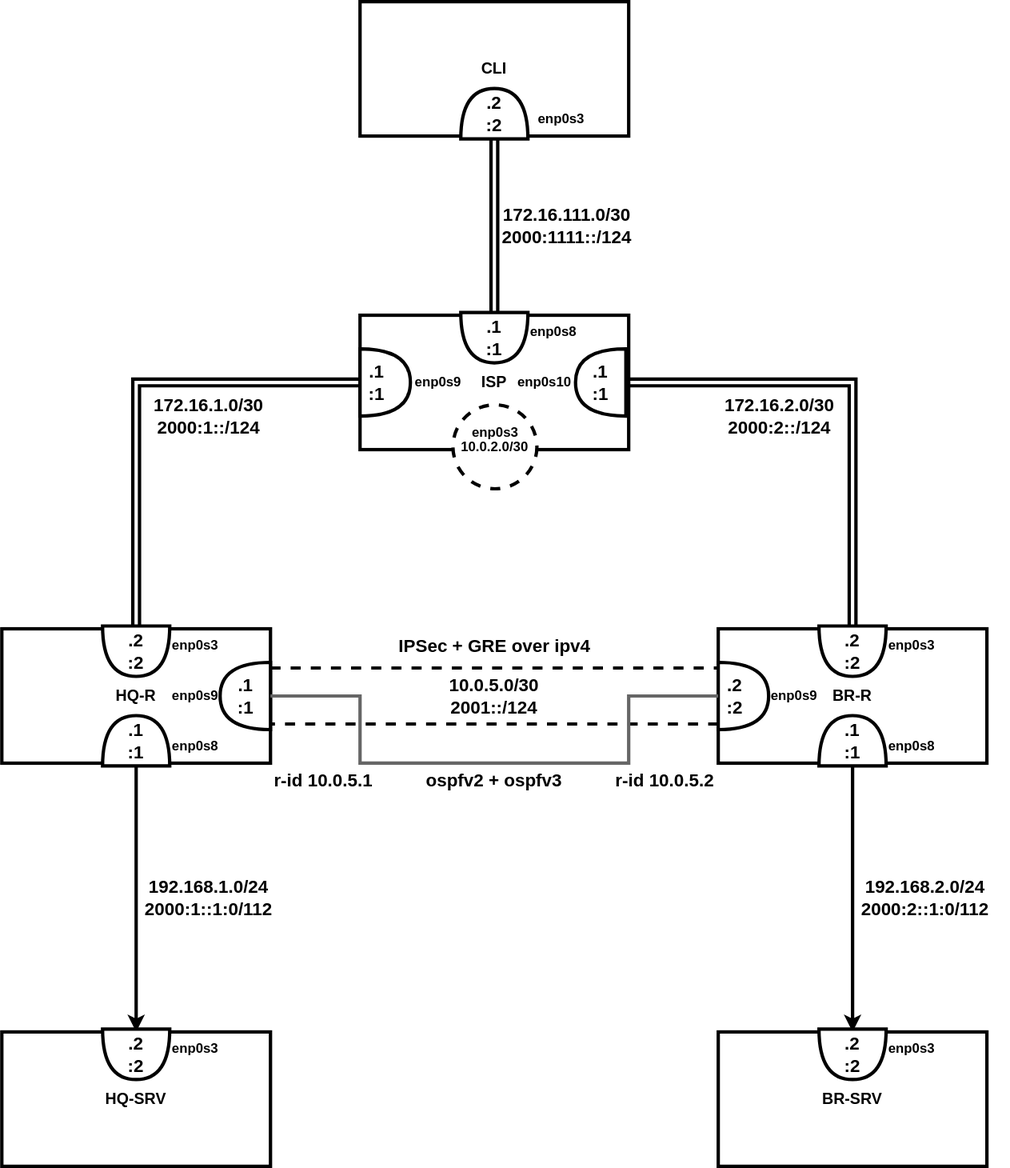
The draw.io diagram demo.svg in Ivashkka/demo_exam, before a commit. Source tidied: cells renumbered, new cells last; positions are measured from the earlier drawing's top-left corner, leaving out a move shared by most shapes.
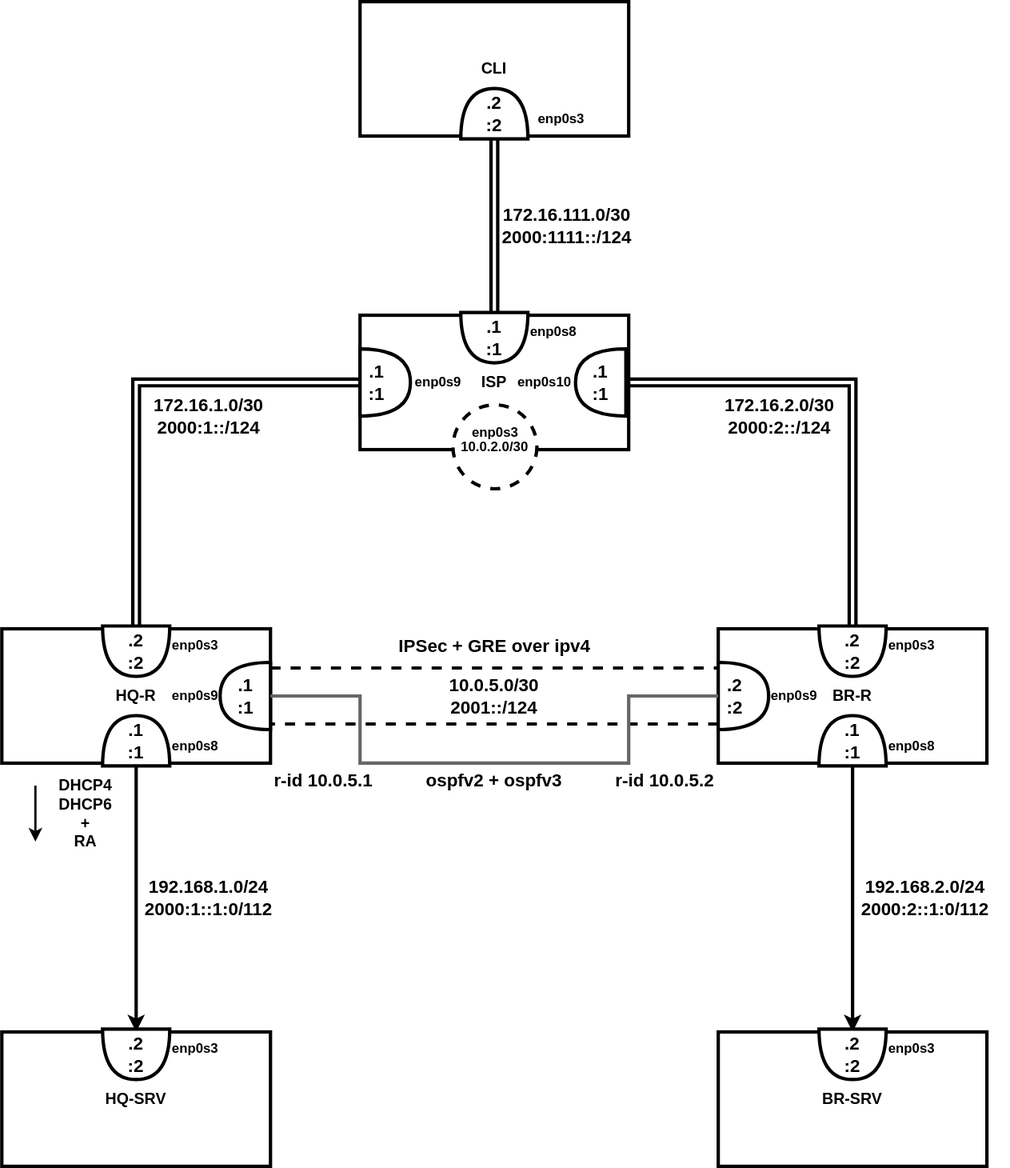
After the change.

The edit, as a diff of the source:
```diff
@@ -201,5 +201,14 @@
     <mxCell id="62" value="&lt;font style=&quot;font-size: 16px;&quot;&gt;&lt;b&gt;r-id 10.0.5.2&lt;/b&gt;&lt;/font&gt;" style="text;html=1;strokeColor=none;fillColor=none;align=center;verticalAlign=middle;whiteSpace=wrap;rounded=0;" parent="1" vertex="1">
       <mxGeometry x="545" y="680" width="95" height="30" as="geometry" />
     </mxCell>
+    <mxCell id="63" value="&lt;b style=&quot;font-size: 14px;&quot;&gt;&lt;span style=&quot;&quot;&gt;DHCP4&lt;br&gt;DHCP6&lt;br&gt;&lt;/span&gt;+&lt;br&gt;RA&lt;/b&gt;" style="text;html=1;strokeColor=none;fillColor=none;align=center;verticalAlign=middle;whiteSpace=wrap;rounded=0;" parent="1" vertex="1">
+      <mxGeometry x="45" y="690" width="60" height="70" as="geometry" />
+    </mxCell>
+    <mxCell id="64" style="endArrow=classic;html=1;rounded=0;strokeWidth=2;" parent="1" edge="1">
+      <mxGeometry relative="1" as="geometry">
+        <mxPoint x="30" y="700" as="sourcePoint" />
+        <mxPoint x="30" y="750" as="targetPoint" />
+      </mxGeometry>
+    </mxCell>
   </root>
 </mxGraphModel>
```
